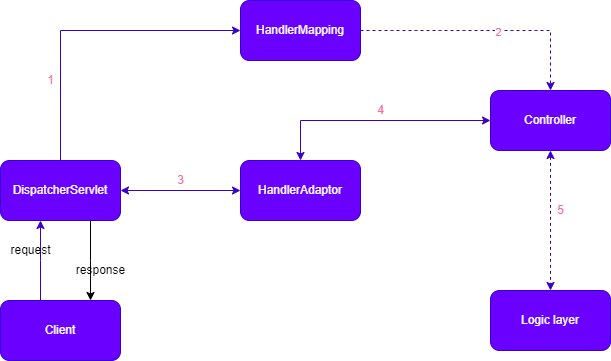
This is springMvcForRestControllerFlow.drawio.png from jp-sft/Web-Service, a draw.io export, as it was before one commit. Source tidied: cells renumbered, new cells last; positions are measured from the earlier drawing's top-left corner, leaving out a move shared by most shapes. Its diagram source:
```xml
<mxGraphModel>
  <root>
    <mxCell id="0" />
    <mxCell id="1" parent="0" />
    <mxCell id="2" style="edgeStyle=orthogonalEdgeStyle;rounded=0;jettySize=auto;html=1;fillColor=#6a00ff;strokeColor=#3700CC;" parent="1" edge="1" source="3" target="7">
      <mxGeometry relative="1" as="geometry">
        <Array as="points">
          <mxPoint x="40" y="260" />
          <mxPoint x="40" y="260" />
        </Array>
      </mxGeometry>
    </mxCell>
    <mxCell id="3" value="Client" style="rounded=1;whiteSpace=wrap;html=1;fillColor=#6a00ff;fontColor=#ffffff;strokeColor=#3700CC;" parent="1" vertex="1">
      <mxGeometry y="300" width="120" height="60" as="geometry" />
    </mxCell>
    <mxCell id="4" style="edgeStyle=orthogonalEdgeStyle;rounded=0;jettySize=auto;html=1;exitX=0.5;exitY=0;exitDx=0;exitDy=0;entryX=0;entryY=0.5;entryDx=0;entryDy=0;fillColor=#6a00ff;strokeColor=#3700CC;" parent="1" edge="1" source="7" target="10">
      <mxGeometry relative="1" as="geometry" />
    </mxCell>
    <mxCell id="5" style="edgeStyle=orthogonalEdgeStyle;rounded=0;jettySize=auto;html=1;startArrow=classic;startFill=1;fillColor=#6a00ff;strokeColor=#3700CC;" parent="1" edge="1" source="7" target="12">
      <mxGeometry relative="1" as="geometry" />
    </mxCell>
    <mxCell id="6" style="edgeStyle=orthogonalEdgeStyle;rounded=0;jettySize=auto;html=1;startArrow=none;startFill=0;" parent="1" edge="1" source="7" target="3">
      <mxGeometry relative="1" as="geometry">
        <Array as="points">
          <mxPoint x="90" y="260" />
          <mxPoint x="90" y="260" />
        </Array>
      </mxGeometry>
    </mxCell>
    <mxCell id="7" value="DispatcherServlet" style="rounded=1;whiteSpace=wrap;html=1;fillColor=#6a00ff;fontColor=#ffffff;strokeColor=#3700CC;" parent="1" vertex="1">
      <mxGeometry y="160" width="120" height="60" as="geometry" />
    </mxCell>
    <mxCell id="8" style="edgeStyle=orthogonalEdgeStyle;rounded=0;jettySize=auto;html=1;dashed=1;fillColor=#6a00ff;strokeColor=#3700CC;" parent="1" edge="1" source="10" target="14">
      <mxGeometry relative="1" as="geometry" />
    </mxCell>
    <mxCell id="9" value="2&lt;br&gt;" style="edgeLabel;html=1;align=center;verticalAlign=middle;fontColor=#FF69A0;" parent="8" vertex="1">
      <mxGeometry x="0.1" y="-1" relative="1" as="geometry" />
    </mxCell>
    <mxCell id="10" value="&lt;span class=&quot;fontstyle0&quot;&gt;HandlerMapping&lt;/span&gt; &lt;br/&gt;" style="rounded=1;whiteSpace=wrap;html=1;fillColor=#6a00ff;fontColor=#ffffff;strokeColor=#3700CC;" parent="1" vertex="1">
      <mxGeometry x="240" width="120" height="60" as="geometry" />
    </mxCell>
    <mxCell id="11" style="edgeStyle=orthogonalEdgeStyle;rounded=0;jettySize=auto;html=1;exitX=0.5;exitY=0;exitDx=0;exitDy=0;entryX=0;entryY=0.5;entryDx=0;entryDy=0;startArrow=classic;startFill=1;fillColor=#6a00ff;strokeColor=#3700CC;" parent="1" edge="1" source="12" target="14">
      <mxGeometry relative="1" as="geometry" />
    </mxCell>
    <mxCell id="12" value="&lt;span class=&quot;fontstyle0&quot;&gt;HandlerAdaptor&lt;/span&gt; &lt;br/&gt;" style="rounded=1;whiteSpace=wrap;html=1;fillColor=#6a00ff;fontColor=#ffffff;strokeColor=#3700CC;" parent="1" vertex="1">
      <mxGeometry x="240" y="160" width="120" height="60" as="geometry" />
    </mxCell>
    <mxCell id="13" style="edgeStyle=orthogonalEdgeStyle;rounded=0;jettySize=auto;html=1;dashed=1;startArrow=classic;startFill=1;fillColor=#6a00ff;strokeColor=#3700CC;" parent="1" edge="1" source="14" target="15">
      <mxGeometry relative="1" as="geometry" />
    </mxCell>
    <mxCell id="14" value="&lt;span class=&quot;fontstyle0&quot;&gt;Controller&lt;/span&gt;" style="rounded=1;whiteSpace=wrap;html=1;fillColor=#6a00ff;fontColor=#ffffff;strokeColor=#3700CC;" parent="1" vertex="1">
      <mxGeometry x="490" y="90" width="120" height="60" as="geometry" />
    </mxCell>
    <mxCell id="15" value="Logic layer" style="rounded=1;whiteSpace=wrap;html=1;fillColor=#6a00ff;fontColor=#ffffff;strokeColor=#3700CC;" parent="1" vertex="1">
      <mxGeometry x="490" y="290" width="120" height="60" as="geometry" />
    </mxCell>
    <mxCell id="16" value="request&lt;br&gt;" style="text;html=1;align=center;verticalAlign=middle;strokeColor=none;fillColor=none;" parent="1" vertex="1">
      <mxGeometry y="235" width="60" height="30" as="geometry" />
    </mxCell>
    <mxCell id="17" value="response&lt;br&gt;" style="text;html=1;align=center;verticalAlign=middle;strokeColor=none;fillColor=none;" parent="1" vertex="1">
      <mxGeometry x="65" y="255" width="70" height="30" as="geometry" />
    </mxCell>
    <mxCell id="18" value="3&lt;br&gt;" style="text;html=1;align=center;verticalAlign=middle;strokeColor=none;fillColor=none;fontColor=#FF69A0;" parent="1" vertex="1">
      <mxGeometry x="165" y="165" width="30" height="30" as="geometry" />
    </mxCell>
    <mxCell id="19" value="4&lt;br&gt;" style="text;html=1;align=center;verticalAlign=middle;strokeColor=none;fillColor=none;fontColor=#FF69A0;" parent="1" vertex="1">
      <mxGeometry x="365" y="95" width="30" height="30" as="geometry" />
    </mxCell>
    <mxCell id="20" value="5" style="text;html=1;align=center;verticalAlign=middle;strokeColor=none;fillColor=none;fontColor=#FF69A0;" parent="1" vertex="1">
      <mxGeometry x="545" y="195" width="30" height="30" as="geometry" />
    </mxCell>
    <mxCell id="21" value="1" style="text;html=1;align=center;verticalAlign=middle;strokeColor=none;fillColor=none;fontColor=#FF69A0;" parent="1" vertex="1">
      <mxGeometry x="35" y="65" width="30" height="30" as="geometry" />
    </mxCell>
  </root>
</mxGraphModel>
```
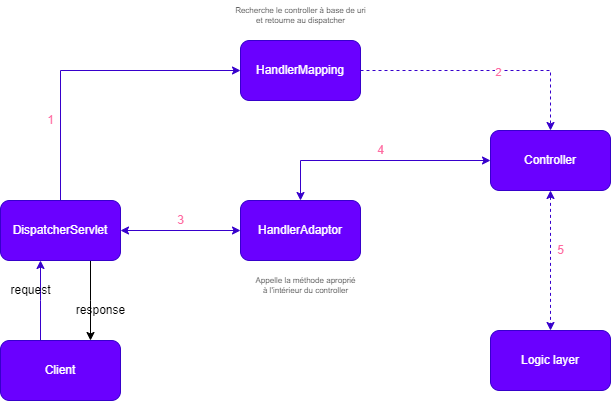
The same file after the commit.

The edit, as a diff of the source:
```diff
@@ -72,5 +72,14 @@
     <mxCell id="21" value="1" style="text;html=1;align=center;verticalAlign=middle;strokeColor=none;fillColor=none;fontColor=#FF69A0;" parent="1" vertex="1">
       <mxGeometry x="35" y="65" width="30" height="30" as="geometry" />
     </mxCell>
+    <mxCell id="22" value="&lt;font color=&quot;#333333&quot; style=&quot;font-size: 8px;&quot;&gt;Recherche le controller à base de uri&lt;br&gt;et retourne au dispatcher&lt;br&gt;&lt;/font&gt;" style="text;html=1;align=center;verticalAlign=middle;strokeColor=none;fillColor=none;fontColor=#FF69A0;fontSize=8;" parent="1" vertex="1">
+      <mxGeometry x="225" y="-40" width="150" height="30" as="geometry" />
+    </mxCell>
+    <mxCell id="23" value="&lt;font color=&quot;#333333&quot;&gt;Appelle la méthode aproprié &lt;br&gt;à l'intérieur du controller&lt;br&gt;&lt;/font&gt;" style="text;html=1;align=center;verticalAlign=middle;strokeColor=none;fillColor=none;fontColor=#FF69A0;fontSize=8;" parent="1" vertex="1">
+      <mxGeometry x="245" y="230" width="120" height="30" as="geometry" />
+    </mxCell>
+    <mxCell id="24" value="&lt;font color=&quot;#333333&quot; style=&quot;font-size: 8px;&quot;&gt;&lt;br&gt;&lt;/font&gt;" style="text;html=1;align=center;verticalAlign=middle;strokeColor=none;fillColor=none;fontColor=#FF69A0;fontSize=8;" parent="1" vertex="1">
+      <mxGeometry x="135" y="110" width="20" height="20" as="geometry" />
+    </mxCell>
   </root>
 </mxGraphModel>
```
